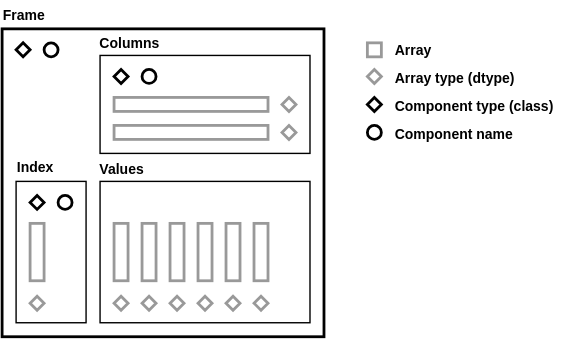
Before: doc/source/articles/serialize.drawio.svg, a diagram exported from draw.io (static-frame/static-frame). Source tidied: cells renumbered, new cells last; positions are measured from the earlier drawing's top-left corner, leaving out a move shared by most shapes.
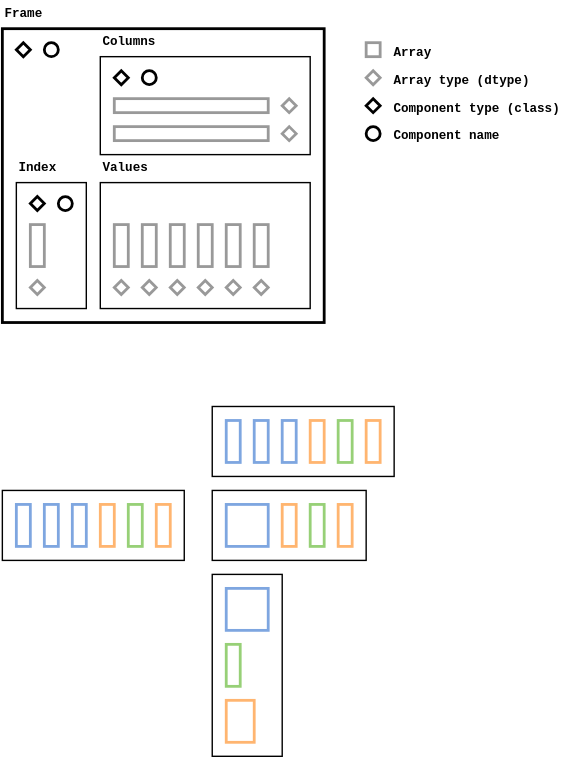
The same diagram one commit later.

Change to the diagram source:
```diff
@@ -2,50 +2,53 @@
   <root>
     <mxCell id="0" />
     <mxCell id="1" parent="0" />
+    <mxCell id="39" style="rounded=0;whiteSpace=wrap;html=1;strokeWidth=1;fillColor=none;" parent="1" vertex="1">
+      <mxGeometry x="151" y="410" width="50" height="130" as="geometry" />
+    </mxCell>
+    <mxCell id="3" style="rounded=0;whiteSpace=wrap;html=1;glass=0;strokeColor=#000000;strokeWidth=2;fillColor=none;gradientColor=none;comic=0;sketch=0;shadow=0;" parent="1" vertex="1">
+      <mxGeometry x="1" y="20" width="230" height="210" as="geometry" />
+    </mxCell>
-    <mxCell id="2" style="rounded=0;whiteSpace=wrap;html=1;strokeWidth=1;fillColor=none;" parent="1" vertex="1">
-      <mxGeometry x="71" y="39" width="150" height="70" as="geometry" />
+    <mxCell id="2" style="rounded=0;whiteSpace=wrap;html=1;strokeWidth=1;fillColor=none;absoluteArcSize=0;" parent="1" vertex="1">
+      <mxGeometry x="71" y="40" width="150" height="70" as="geometry" />
     </mxCell>
-    <mxCell id="3" style="rounded=0;whiteSpace=wrap;html=1;glass=0;strokeColor=#000000;strokeWidth=2;fillColor=none;gradientColor=none;" parent="1" vertex="1">
-      <mxGeometry x="1" y="20" width="230" height="220" as="geometry" />
-    </mxCell>
     <mxCell id="4" style="rounded=0;whiteSpace=wrap;html=1;strokeWidth=1;fillColor=none;" parent="1" vertex="1">
-      <mxGeometry x="11" y="129" width="50" height="101" as="geometry" />
+      <mxGeometry x="11" y="130" width="50" height="90" as="geometry" />
     </mxCell>
     <mxCell id="5" style="rounded=0;whiteSpace=wrap;html=1;strokeWidth=1;fillColor=none;" parent="1" vertex="1">
-      <mxGeometry x="71" y="129" width="150" height="101" as="geometry" />
+      <mxGeometry x="71" y="130" width="150" height="90" as="geometry" />
     </mxCell>
     <mxCell id="6" style="rounded=0;whiteSpace=wrap;html=1;fillColor=none;strokeWidth=2;gradientColor=none;strokeColor=#999999;" parent="1" vertex="1">
-      <mxGeometry x="81" y="159" width="10" height="41" as="geometry" />
+      <mxGeometry x="81" y="160" width="10" height="30" as="geometry" />
     </mxCell>
     <mxCell id="7" style="rounded=0;whiteSpace=wrap;html=1;fillColor=none;strokeWidth=2;strokeColor=#999999;" parent="1" vertex="1">
-      <mxGeometry x="101" y="159" width="10" height="41" as="geometry" />
+      <mxGeometry x="101" y="160" width="10" height="30" as="geometry" />
     </mxCell>
     <mxCell id="8" style="rounded=0;whiteSpace=wrap;html=1;fillColor=none;strokeWidth=2;strokeColor=#999999;" parent="1" vertex="1">
-      <mxGeometry x="121" y="159" width="10" height="41" as="geometry" />
+      <mxGeometry x="121" y="160" width="10" height="30" as="geometry" />
     </mxCell>
     <mxCell id="9" style="rounded=0;whiteSpace=wrap;html=1;fillColor=none;strokeWidth=2;strokeColor=#999999;" parent="1" vertex="1">
-      <mxGeometry x="141" y="159" width="10" height="41" as="geometry" />
+      <mxGeometry x="141" y="160" width="10" height="30" as="geometry" />
     </mxCell>
     <mxCell id="10" style="rounded=0;whiteSpace=wrap;html=1;fillColor=none;strokeWidth=2;strokeColor=#999999;" parent="1" vertex="1">
-      <mxGeometry x="161" y="159" width="10" height="41" as="geometry" />
+      <mxGeometry x="161" y="160" width="10" height="30" as="geometry" />
     </mxCell>
     <mxCell id="11" style="rounded=0;whiteSpace=wrap;html=1;fillColor=none;strokeWidth=2;strokeColor=#999999;" parent="1" vertex="1">
-      <mxGeometry x="181" y="159" width="10" height="41" as="geometry" />
+      <mxGeometry x="181" y="160" width="10" height="30" as="geometry" />
     </mxCell>
     <mxCell id="12" style="rounded=0;whiteSpace=wrap;html=1;strokeWidth=2;fillColor=none;strokeColor=#999999;" parent="1" vertex="1">
-      <mxGeometry x="21" y="159" width="10" height="41" as="geometry" />
+      <mxGeometry x="21" y="160" width="10" height="30" as="geometry" />
     </mxCell>
     <mxCell id="13" style="rounded=0;whiteSpace=wrap;html=1;strokeWidth=2;fillColor=none;glass=0;strokeColor=#999999;" parent="1" vertex="1">
-      <mxGeometry x="81" y="89" width="110" height="10" as="geometry" />
+      <mxGeometry x="81" y="90" width="110" height="10" as="geometry" />
     </mxCell>
     <mxCell id="14" style="rounded=0;whiteSpace=wrap;html=1;strokeWidth=2;fillColor=none;glass=0;strokeColor=#999999;" parent="1" vertex="1">
-      <mxGeometry x="81" y="69" width="110" height="10" as="geometry" />
+      <mxGeometry x="81" y="70" width="110" height="10" as="geometry" />
     </mxCell>
     <mxCell id="15" style="rhombus;whiteSpace=wrap;html=1;rounded=0;glass=0;strokeWidth=2;fillColor=none;gradientColor=none;" parent="1" vertex="1">
-      <mxGeometry x="21" y="139" width="10" height="10" as="geometry" />
+      <mxGeometry x="21" y="140" width="10" height="10" as="geometry" />
     </mxCell>
     <mxCell id="16" style="ellipse;whiteSpace=wrap;html=1;rounded=0;glass=0;strokeWidth=2;fillColor=none;gradientColor=none;" parent="1" vertex="1">
-      <mxGeometry x="41" y="139" width="10" height="10" as="geometry" />
+      <mxGeometry x="41" y="140" width="10" height="10" as="geometry" />
     </mxCell>
     <mxCell id="17" style="rhombus;whiteSpace=wrap;html=1;rounded=0;glass=0;strokeWidth=2;fillColor=none;gradientColor=none;" parent="1" vertex="1">
       <mxGeometry x="11" y="30" width="10" height="10" as="geometry" />
@@ -54,64 +57,130 @@
       <mxGeometry x="31" y="30" width="10" height="10" as="geometry" />
     </mxCell>
     <mxCell id="19" style="rhombus;whiteSpace=wrap;html=1;rounded=0;glass=0;strokeWidth=2;fillColor=none;gradientColor=none;" parent="1" vertex="1">
-      <mxGeometry x="81" y="49" width="10" height="10" as="geometry" />
+      <mxGeometry x="81" y="50" width="10" height="10" as="geometry" />
     </mxCell>
     <mxCell id="20" style="ellipse;whiteSpace=wrap;html=1;rounded=0;glass=0;strokeWidth=2;fillColor=none;gradientColor=none;" parent="1" vertex="1">
-      <mxGeometry x="101" y="49" width="10" height="10" as="geometry" />
+      <mxGeometry x="101" y="50" width="10" height="10" as="geometry" />
     </mxCell>
     <mxCell id="21" style="rhombus;whiteSpace=wrap;html=1;rounded=0;glass=0;strokeWidth=2;fillColor=none;gradientColor=none;strokeColor=#999999;" parent="1" vertex="1">
-      <mxGeometry x="21" y="211" width="10" height="10" as="geometry" />
+      <mxGeometry x="21" y="200" width="10" height="10" as="geometry" />
     </mxCell>
     <mxCell id="22" style="rhombus;whiteSpace=wrap;html=1;rounded=0;glass=0;strokeWidth=2;fillColor=none;gradientColor=none;strokeColor=#999999;" parent="1" vertex="1">
-      <mxGeometry x="81" y="211" width="10" height="10" as="geometry" />
+      <mxGeometry x="81" y="200" width="10" height="10" as="geometry" />
     </mxCell>
     <mxCell id="23" style="rhombus;whiteSpace=wrap;html=1;rounded=0;glass=0;strokeWidth=2;fillColor=none;gradientColor=none;strokeColor=#999999;" parent="1" vertex="1">
-      <mxGeometry x="201" y="69" width="10" height="10" as="geometry" />
+      <mxGeometry x="201" y="70" width="10" height="10" as="geometry" />
     </mxCell>
     <mxCell id="24" style="rhombus;whiteSpace=wrap;html=1;rounded=0;glass=0;strokeWidth=2;fillColor=none;gradientColor=none;strokeColor=#999999;" parent="1" vertex="1">
-      <mxGeometry x="201" y="89" width="10" height="10" as="geometry" />
+      <mxGeometry x="201" y="90" width="10" height="10" as="geometry" />
     </mxCell>
     <mxCell id="25" style="rhombus;whiteSpace=wrap;html=1;rounded=0;glass=0;strokeWidth=2;fillColor=none;gradientColor=none;strokeColor=#999999;" parent="1" vertex="1">
-      <mxGeometry x="101" y="211" width="10" height="10" as="geometry" />
+      <mxGeometry x="101" y="200" width="10" height="10" as="geometry" />
     </mxCell>
     <mxCell id="26" style="rhombus;whiteSpace=wrap;html=1;rounded=0;glass=0;strokeWidth=2;fillColor=none;gradientColor=none;strokeColor=#999999;" parent="1" vertex="1">
-      <mxGeometry x="121" y="211" width="10" height="10" as="geometry" />
+      <mxGeometry x="121" y="200" width="10" height="10" as="geometry" />
     </mxCell>
     <mxCell id="27" style="rhombus;whiteSpace=wrap;html=1;rounded=0;glass=0;strokeWidth=2;fillColor=none;gradientColor=none;strokeColor=#999999;" parent="1" vertex="1">
-      <mxGeometry x="141" y="211" width="10" height="10" as="geometry" />
+      <mxGeometry x="141" y="200" width="10" height="10" as="geometry" />
     </mxCell>
     <mxCell id="28" style="rhombus;whiteSpace=wrap;html=1;rounded=0;glass=0;strokeWidth=2;fillColor=none;gradientColor=none;strokeColor=#999999;" parent="1" vertex="1">
-      <mxGeometry x="161" y="211" width="10" height="10" as="geometry" />
+      <mxGeometry x="161" y="200" width="10" height="10" as="geometry" />
     </mxCell>
     <mxCell id="29" style="rhombus;whiteSpace=wrap;html=1;rounded=0;glass=0;strokeWidth=2;fillColor=none;gradientColor=none;strokeColor=#999999;" parent="1" vertex="1">
-      <mxGeometry x="181" y="211" width="10" height="10" as="geometry" />
+      <mxGeometry x="181" y="200" width="10" height="10" as="geometry" />
     </mxCell>
     <mxCell id="30" style="rhombus;whiteSpace=wrap;html=1;rounded=0;glass=0;strokeWidth=2;fillColor=none;gradientColor=none;" parent="1" vertex="1">
-      <mxGeometry x="262" y="69" width="10" height="10" as="geometry" />
+      <mxGeometry x="261" y="70" width="10" height="10" as="geometry" />
     </mxCell>
     <mxCell id="31" style="ellipse;whiteSpace=wrap;html=1;rounded=0;glass=0;strokeWidth=2;fillColor=none;gradientColor=none;" parent="1" vertex="1">
-      <mxGeometry x="262" y="89" width="10" height="10" as="geometry" />
+      <mxGeometry x="261" y="90" width="10" height="10" as="geometry" />
     </mxCell>
     <mxCell id="32" style="rounded=0;whiteSpace=wrap;html=1;fillColor=none;strokeWidth=2;strokeColor=#999999;" parent="1" vertex="1">
-      <mxGeometry x="262" y="30" width="10" height="10" as="geometry" />
+      <mxGeometry x="261" y="30" width="10" height="10" as="geometry" />
     </mxCell>
-    <mxCell id="33" value="&lt;b style=&quot;font-size: 10px ; line-height: 2&quot;&gt;Array&lt;br style=&quot;font-size: 10px&quot;&gt;Array type (dtype)&lt;br style=&quot;font-size: 10px&quot;&gt;Component type (class)&lt;br style=&quot;font-size: 10px&quot;&gt;Component name&lt;/b&gt;" style="text;html=1;align=left;verticalAlign=middle;strokeColor=none;fillColor=none;labelPosition=center;verticalLabelPosition=middle;fontSize=10;spacing=0;" parent="1" vertex="1">
-      <mxGeometry x="282" y="20" width="130" height="90" as="geometry" />
+    <mxCell id="33" value="&lt;span style=&quot;font-size: 9px ; line-height: 2.22&quot;&gt;Array&lt;br style=&quot;font-size: 9px&quot;&gt;Array type (dtype)&lt;br style=&quot;font-size: 9px&quot;&gt;Component type (class)&lt;br style=&quot;font-size: 9px&quot;&gt;Component name&lt;/span&gt;" style="text;html=1;align=left;verticalAlign=middle;strokeColor=none;fillColor=none;labelPosition=center;verticalLabelPosition=middle;fontSize=9;spacing=0;fontFamily=Courier New;fontStyle=1;" parent="1" vertex="1">
+      <mxGeometry x="281" y="23" width="130" height="90" as="geometry" />
     </mxCell>
     <mxCell id="34" style="rhombus;whiteSpace=wrap;html=1;rounded=0;glass=0;strokeWidth=2;fillColor=none;gradientColor=none;strokeColor=#999999;" parent="1" vertex="1">
-      <mxGeometry x="262" y="49" width="10" height="10" as="geometry" />
+      <mxGeometry x="261" y="50" width="10" height="10" as="geometry" />
     </mxCell>
-    <mxCell id="35" value="&lt;b&gt;Columns&lt;/b&gt;" style="text;html=1;align=left;verticalAlign=middle;strokeColor=none;fillColor=none;fontSize=10;fontFamily=Helvetica;" parent="1" vertex="1">
-      <mxGeometry x="69" y="20" width="60" height="20" as="geometry" />
+    <mxCell id="35" value="&lt;span style=&quot;font-size: 9px;&quot;&gt;Columns&lt;/span&gt;" style="text;html=1;align=left;verticalAlign=middle;strokeColor=none;fillColor=none;fontSize=9;fontFamily=Courier New;fontStyle=1;" parent="1" vertex="1">
+      <mxGeometry x="71" y="20" width="50" height="20" as="geometry" />
     </mxCell>
-    <mxCell id="36" value="&lt;b&gt;Index&lt;/b&gt;" style="text;html=1;align=left;verticalAlign=middle;strokeColor=none;fillColor=none;fontSize=10;fontFamily=Helvetica;" parent="1" vertex="1">
-      <mxGeometry x="10" y="109" width="40" height="20" as="geometry" />
+    <mxCell id="36" value="&lt;span style=&quot;font-size: 9px;&quot;&gt;Index&lt;/span&gt;" style="text;html=1;align=left;verticalAlign=middle;strokeColor=none;fillColor=none;fontSize=9;fontFamily=Courier New;fontStyle=1;" parent="1" vertex="1">
+      <mxGeometry x="11" y="110" width="40" height="20" as="geometry" />
     </mxCell>
-    <mxCell id="37" value="&lt;b&gt;Values&lt;/b&gt;" style="text;html=1;align=left;verticalAlign=middle;strokeColor=none;fillColor=none;fontSize=10;fontFamily=Helvetica;" parent="1" vertex="1">
-      <mxGeometry x="69" y="110" width="50" height="20" as="geometry" />
+    <mxCell id="37" value="&lt;span style=&quot;font-size: 9px;&quot;&gt;Values&lt;/span&gt;" style="text;html=1;align=left;verticalAlign=middle;strokeColor=none;fillColor=none;fontSize=9;fontFamily=Courier New;fontStyle=1;" parent="1" vertex="1">
+      <mxGeometry x="71" y="110" width="50" height="20" as="geometry" />
     </mxCell>
-    <mxCell id="38" value="&lt;b&gt;Frame&lt;/b&gt;" style="text;html=1;align=left;verticalAlign=middle;strokeColor=none;fillColor=none;fontSize=10;fontFamily=Helvetica;" parent="1" vertex="1">
-      <mxGeometry width="50" height="20" as="geometry" />
+    <mxCell id="38" value="&lt;span style=&quot;font-size: 9px;&quot;&gt;Frame&lt;/span&gt;" style="text;html=1;align=left;verticalAlign=middle;strokeColor=none;fillColor=none;fontSize=9;fontFamily=Courier New;fontStyle=1;" parent="1" vertex="1">
+      <mxGeometry x="1" width="40" height="20" as="geometry" />
     </mxCell>
+    <mxCell id="40" style="rounded=0;whiteSpace=wrap;html=1;strokeWidth=1;fillColor=none;" parent="1" vertex="1">
+      <mxGeometry x="1" y="350" width="130" height="50" as="geometry" />
+    </mxCell>
+    <mxCell id="41" style="rounded=0;whiteSpace=wrap;html=1;fillColor=none;strokeWidth=2;gradientColor=none;strokeColor=#7EA6E0;" parent="1" vertex="1">
+      <mxGeometry x="11" y="360" width="10" height="30" as="geometry" />
+    </mxCell>
+    <mxCell id="42" style="rounded=0;whiteSpace=wrap;html=1;fillColor=none;strokeWidth=2;strokeColor=#7EA6E0;" parent="1" vertex="1">
+      <mxGeometry x="31" y="360" width="10" height="30" as="geometry" />
+    </mxCell>
+    <mxCell id="43" style="rounded=0;whiteSpace=wrap;html=1;fillColor=none;strokeWidth=2;strokeColor=#7EA6E0;" parent="1" vertex="1">
+      <mxGeometry x="51" y="360" width="10" height="30" as="geometry" />
+    </mxCell>
+    <mxCell id="44" style="rounded=0;whiteSpace=wrap;html=1;fillColor=none;strokeWidth=2;strokeColor=#FFB570;" parent="1" vertex="1">
+      <mxGeometry x="71" y="360" width="10" height="30" as="geometry" />
+    </mxCell>
+    <mxCell id="45" style="rounded=0;whiteSpace=wrap;html=1;fillColor=none;strokeWidth=2;strokeColor=#97D077;" parent="1" vertex="1">
+      <mxGeometry x="91" y="360" width="10" height="30" as="geometry" />
+    </mxCell>
+    <mxCell id="46" style="rounded=0;whiteSpace=wrap;html=1;fillColor=none;strokeWidth=2;strokeColor=#FFB570;" parent="1" vertex="1">
+      <mxGeometry x="111" y="360" width="10" height="30" as="geometry" />
+    </mxCell>
+    <mxCell id="47" style="rounded=0;whiteSpace=wrap;html=1;fillColor=none;strokeWidth=2;gradientColor=none;strokeColor=#7EA6E0;" parent="1" vertex="1">
+      <mxGeometry x="161" y="360" width="30" height="30" as="geometry" />
+    </mxCell>
+    <mxCell id="48" style="rounded=0;whiteSpace=wrap;html=1;fillColor=none;strokeWidth=2;strokeColor=#FFB570;" parent="1" vertex="1">
+      <mxGeometry x="201" y="360" width="10" height="30" as="geometry" />
+    </mxCell>
+    <mxCell id="49" style="rounded=0;whiteSpace=wrap;html=1;fillColor=none;strokeWidth=2;strokeColor=#97D077;" parent="1" vertex="1">
+      <mxGeometry x="221" y="360" width="10" height="30" as="geometry" />
+    </mxCell>
+    <mxCell id="50" style="rounded=0;whiteSpace=wrap;html=1;fillColor=none;strokeWidth=2;strokeColor=#FFB570;" parent="1" vertex="1">
+      <mxGeometry x="241" y="360" width="10" height="30" as="geometry" />
+    </mxCell>
+    <mxCell id="51" style="rounded=0;whiteSpace=wrap;html=1;fillColor=none;strokeWidth=2;gradientColor=none;strokeColor=#7EA6E0;" parent="1" vertex="1">
+      <mxGeometry x="161" y="420" width="30" height="30" as="geometry" />
+    </mxCell>
+    <mxCell id="52" style="rounded=0;whiteSpace=wrap;html=1;fillColor=none;strokeWidth=2;strokeColor=#FFB570;" parent="1" vertex="1">
+      <mxGeometry x="161" y="500" width="20" height="30" as="geometry" />
+    </mxCell>
+    <mxCell id="53" style="rounded=0;whiteSpace=wrap;html=1;fillColor=none;strokeWidth=2;strokeColor=#97D077;" parent="1" vertex="1">
+      <mxGeometry x="161" y="460" width="10" height="30" as="geometry" />
+    </mxCell>
+    <mxCell id="54" style="rounded=0;whiteSpace=wrap;html=1;strokeWidth=1;fillColor=none;" parent="1" vertex="1">
+      <mxGeometry x="151" y="350" width="110" height="50" as="geometry" />
+    </mxCell>
+    <mxCell id="55" style="rounded=0;whiteSpace=wrap;html=1;strokeWidth=1;fillColor=none;" parent="1" vertex="1">
+      <mxGeometry x="151" y="290" width="130" height="50" as="geometry" />
+    </mxCell>
+    <mxCell id="56" style="rounded=0;whiteSpace=wrap;html=1;fillColor=none;strokeWidth=2;gradientColor=none;strokeColor=#7EA6E0;" parent="1" vertex="1">
+      <mxGeometry x="161" y="300" width="10" height="30" as="geometry" />
+    </mxCell>
+    <mxCell id="57" style="rounded=0;whiteSpace=wrap;html=1;fillColor=none;strokeWidth=2;strokeColor=#7EA6E0;" parent="1" vertex="1">
+      <mxGeometry x="181" y="300" width="10" height="30" as="geometry" />
+    </mxCell>
+    <mxCell id="58" style="rounded=0;whiteSpace=wrap;html=1;fillColor=none;strokeWidth=2;strokeColor=#7EA6E0;" parent="1" vertex="1">
+      <mxGeometry x="201" y="300" width="10" height="30" as="geometry" />
+    </mxCell>
+    <mxCell id="59" style="rounded=0;whiteSpace=wrap;html=1;fillColor=none;strokeWidth=2;strokeColor=#FFB570;" parent="1" vertex="1">
+      <mxGeometry x="221" y="300" width="10" height="30" as="geometry" />
+    </mxCell>
+    <mxCell id="60" style="rounded=0;whiteSpace=wrap;html=1;fillColor=none;strokeWidth=2;strokeColor=#97D077;" parent="1" vertex="1">
+      <mxGeometry x="241" y="300" width="10" height="30" as="geometry" />
+    </mxCell>
+    <mxCell id="61" style="rounded=0;whiteSpace=wrap;html=1;fillColor=none;strokeWidth=2;strokeColor=#FFB570;" parent="1" vertex="1">
+      <mxGeometry x="261" y="300" width="10" height="30" as="geometry" />
+    </mxCell>
   </root>
 </mxGraphModel>
```
